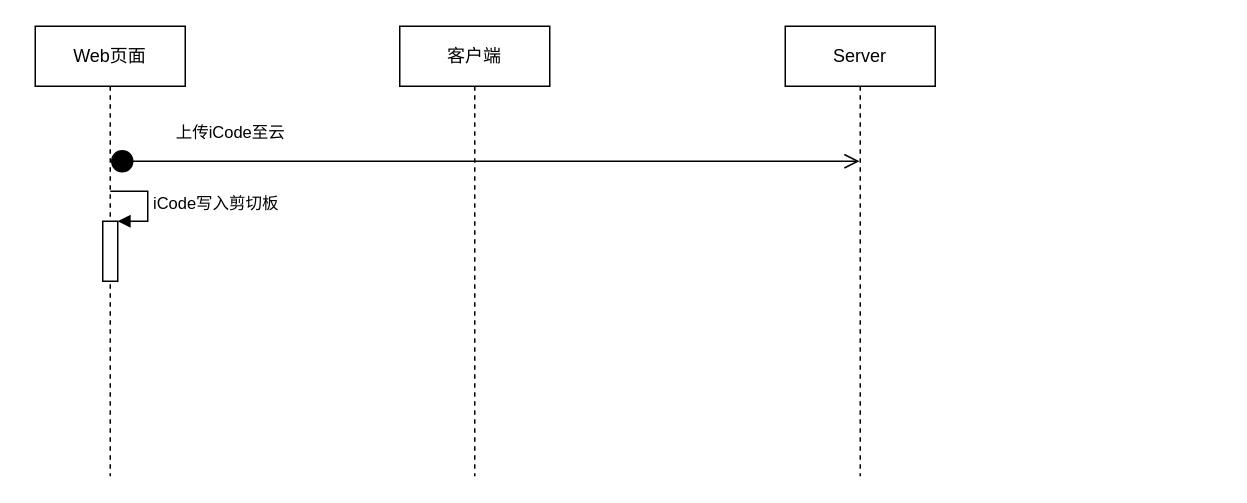
Above: Untitled Diagram.drawio in SunnyLy/Drawio (draw.io), before the change. Source tidied: cells renumbered, new cells numbered last; positions are measured from the earlier drawing's top-left corner, leaving out a move shared by most shapes. Both pictures are drawn from the tidied source at 150%, with x=0, y=0 at pixel (34, 26).
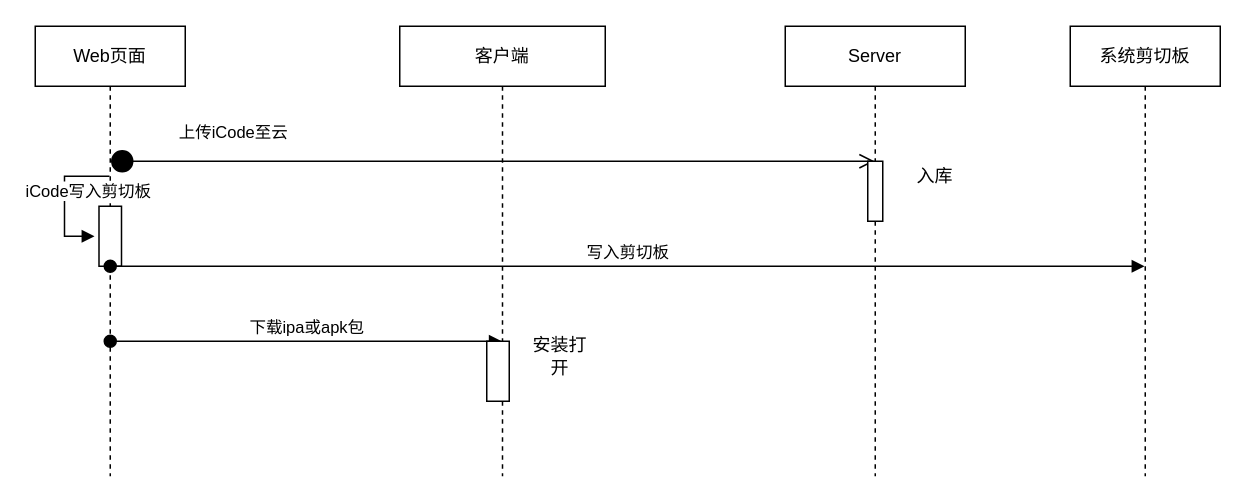
The same diagram, later.

Commit message:
写入剪切板

Change to the diagram source:
```diff
@@
 <mxGraphModel>
   <root>
     <mxCell id="0" />
     <mxCell id="1" parent="0" />
     <mxCell id="2" value="Web页面" style="shape=umlLifeline;perimeter=lifelinePerimeter;whiteSpace=wrap;html=1;" parent="1" vertex="1">
       <mxGeometry width="100" height="300" as="geometry" />
     </mxCell>
-    <mxCell id="3" style="html=1;points=[];perimeter=orthogonalPerimeter;" parent="2" vertex="1">
-      <mxGeometry x="45" y="130" width="10" height="40" as="geometry" />
-    </mxCell>
+    <mxCell id="5" value="上传iCode至云" style="html=1;verticalAlign=bottom;startArrow=circle;startFill=1;endArrow=open;startSize=6;endSize=8;" parent="2" edge="1" target="6">
+      <mxGeometry x="-0.68" y="10" relative="1" as="geometry">
+        <mxPoint x="50" y="90" as="sourcePoint" />
+      </mxGeometry>
+    </mxCell>
-    <mxCell id="4" value="iCode写入剪切板" style="edgeStyle=orthogonalEdgeStyle;html=1;align=left;spacingLeft=2;endArrow=block;rounded=0;entryX=1;entryY=0;" parent="2" edge="1" target="3">
-      <mxGeometry relative="1" as="geometry">
-        <mxPoint x="50" y="110" as="sourcePoint" />
+    <mxCell id="4" value="iCode写入剪切板" style="edgeStyle=orthogonalEdgeStyle;html=1;align=left;spacingLeft=2;endArrow=block;rounded=0;" parent="2" edge="1">
+      <mxGeometry x="-0.33" y="32" relative="1" as="geometry">
+        <mxPoint x="49.5" y="100" as="sourcePoint" />
+        <mxPoint x="39.5" y="140" as="targetPoint" />
         <Array as="points">
-          <mxPoint x="75" y="110" />
+          <mxPoint x="19.5" y="100" />
+          <mxPoint x="19.5" y="140" />
         </Array>
+        <mxPoint x="-62" y="10" as="offset" />
       </mxGeometry>
     </mxCell>
-    <mxCell id="5" value="上传iCode至云" style="html=1;verticalAlign=bottom;startArrow=circle;startFill=1;endArrow=open;startSize=6;endSize=8;" parent="2" edge="1" target="6">
-      <mxGeometry x="-0.68" y="10" relative="1" as="geometry">
-        <mxPoint x="50" y="90" as="sourcePoint" />
-      </mxGeometry>
-    </mxCell>
+    <mxCell id="8" style="html=1;perimeter=orthogonalPerimeter;" parent="2" vertex="1">
+      <mxGeometry x="42.5" y="120" width="15" height="40" as="geometry" />
+    </mxCell>
+    <mxCell id="9" value="下载ipa或apk包" style="html=1;verticalAlign=bottom;startArrow=oval;startFill=1;endArrow=block;startSize=8;" parent="2" edge="1" target="7">
+      <mxGeometry relative="1" as="geometry">
+        <mxPoint x="50" y="210" as="sourcePoint" />
+      </mxGeometry>
+    </mxCell>
+    <mxCell id="10" value="写入剪切板" style="html=1;verticalAlign=bottom;startArrow=oval;startFill=1;endArrow=block;startSize=8;" parent="2" edge="1" target="15">
+      <mxGeometry relative="1" as="geometry">
+        <mxPoint x="50" y="160" as="sourcePoint" />
+      </mxGeometry>
+    </mxCell>
     <mxCell id="6" value="Server" style="shape=umlLifeline;perimeter=lifelinePerimeter;whiteSpace=wrap;html=1;outlineConnect=0;" parent="1" vertex="1">
-      <mxGeometry x="500" width="100" height="300" as="geometry" />
+      <mxGeometry x="500" width="120" height="300" as="geometry" />
     </mxCell>
+    <mxCell id="11" style="html=1;perimeter=orthogonalPerimeter;direction=west;" parent="6" vertex="1">
+      <mxGeometry x="55" y="90" width="10" height="40" as="geometry" />
+    </mxCell>
+    <mxCell id="12" value="入库" style="text;html=1;strokeColor=none;fillColor=none;align=center;verticalAlign=middle;whiteSpace=wrap;rounded=0;" parent="6" vertex="1">
+      <mxGeometry x="80" y="90" width="40" height="20" as="geometry" />
+    </mxCell>
     <mxCell id="7" value="客户端" style="shape=umlLifeline;perimeter=lifelinePerimeter;whiteSpace=wrap;html=1;outlineConnect=0;" parent="1" vertex="1">
-      <mxGeometry x="243" width="100" height="300" as="geometry" />
+      <mxGeometry x="243" width="137" height="300" as="geometry" />
     </mxCell>
+    <mxCell id="13" value="安装打开" style="text;html=1;strokeColor=none;fillColor=none;align=center;verticalAlign=middle;whiteSpace=wrap;rounded=0;" parent="7" vertex="1">
+      <mxGeometry x="87" y="210" width="40" height="20" as="geometry" />
+    </mxCell>
+    <mxCell id="14" style="html=1;perimeter=orthogonalPerimeter;" parent="7" vertex="1">
+      <mxGeometry x="58" y="210" width="15" height="40" as="geometry" />
+    </mxCell>
+    <mxCell id="15" value="系统剪切板" style="shape=umlLifeline;perimeter=lifelinePerimeter;whiteSpace=wrap;html=1;outlineConnect=0;" parent="1" vertex="1">
+      <mxGeometry x="690" width="100" height="300" as="geometry" />
+    </mxCell>
   </root>
 </mxGraphModel>
```
